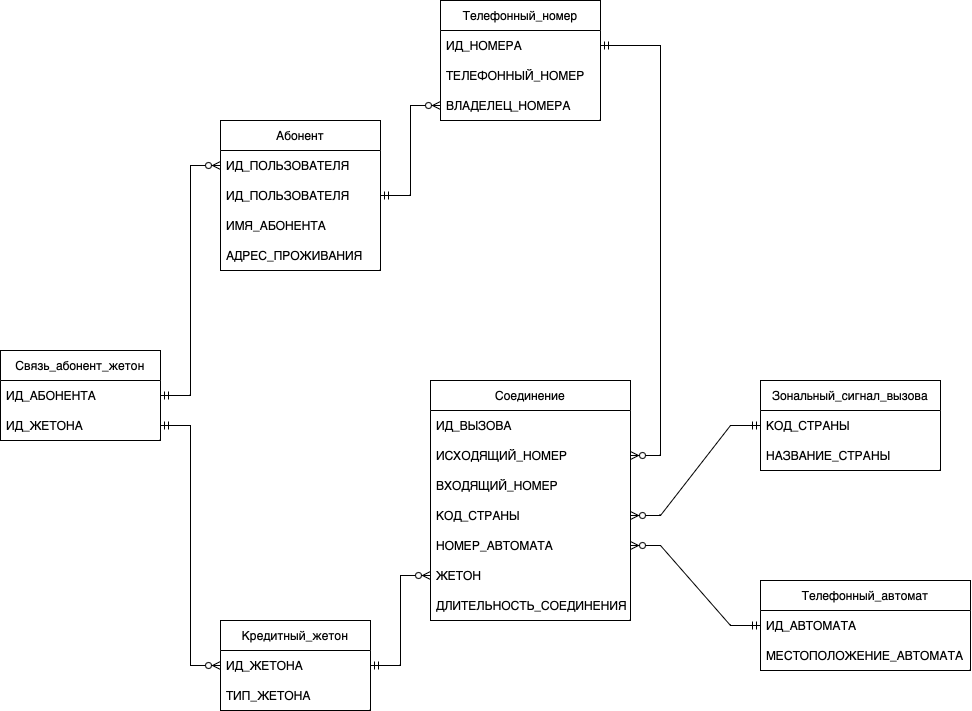
Earlier version of the draw.io export lab1/diagrams/er_diagram.drawio.png (razgonyaevm/lab_bd). Source tidied: cells renumbered, new cells last; positions are measured from the earlier drawing's top-left corner, leaving out a move shared by most shapes. Its diagram source:
```xml
<mxGraphModel>
  <root>
    <mxCell id="0" />
    <mxCell id="1" parent="0" />
    <mxCell id="2" value="Абонент" style="swimlane;fontStyle=0;horizontal=1;startSize=30;whiteSpace=wrap;html=1;" parent="1" vertex="1">
      <mxGeometry x="260" y="120" width="160" height="150" as="geometry" />
    </mxCell>
    <mxCell id="3" value="ИД_ПОЛЬЗОВАТЕЛЯ" style="text;strokeColor=none;fillColor=none;align=left;verticalAlign=middle;spacingLeft=4;spacingRight=4;overflow=hidden;points=[[0,0.5],[1,0.5]];portConstraint=eastwest;whiteSpace=wrap;html=1;" parent="2" vertex="1">
      <mxGeometry y="30" width="160" height="30" as="geometry" />
    </mxCell>
    <mxCell id="4" value="ИД_ПОЛЬЗОВАТЕЛЯ" style="text;strokeColor=none;fillColor=none;align=left;verticalAlign=middle;spacingLeft=4;spacingRight=4;overflow=hidden;points=[[0,0.5],[1,0.5]];portConstraint=eastwest;whiteSpace=wrap;html=1;" parent="2" vertex="1">
      <mxGeometry y="60" width="160" height="30" as="geometry" />
    </mxCell>
    <mxCell id="5" value="ИМЯ_АБОНЕНТА" style="text;strokeColor=none;fillColor=none;align=left;verticalAlign=middle;spacingLeft=4;spacingRight=4;overflow=hidden;whiteSpace=wrap;html=1;" parent="2" vertex="1">
      <mxGeometry y="90" width="160" height="30" as="geometry" />
    </mxCell>
    <mxCell id="6" value="АДРЕС_ПРОЖИВАНИЯ" style="text;strokeColor=none;fillColor=none;align=left;verticalAlign=middle;spacingLeft=4;spacingRight=4;overflow=hidden;whiteSpace=wrap;html=1;" parent="2" vertex="1">
      <mxGeometry y="120" width="160" height="30" as="geometry" />
    </mxCell>
    <mxCell id="7" value="Телефонный_номер" style="swimlane;fontStyle=0;horizontal=1;startSize=30;whiteSpace=wrap;html=1;" parent="1" vertex="1">
      <mxGeometry x="480" width="160" height="120" as="geometry" />
    </mxCell>
    <mxCell id="8" value="ИД_НОМЕРА" style="text;strokeColor=none;fillColor=none;align=left;verticalAlign=middle;spacingLeft=4;spacingRight=4;overflow=hidden;points=[[0,0.5],[1,0.5]];portConstraint=eastwest;whiteSpace=wrap;html=1;" parent="7" vertex="1">
      <mxGeometry y="30" width="160" height="30" as="geometry" />
    </mxCell>
    <mxCell id="9" value="ТЕЛЕФОННЫЙ_НОМЕР" style="text;strokeColor=none;fillColor=none;align=left;verticalAlign=middle;spacingLeft=4;spacingRight=4;overflow=hidden;whiteSpace=wrap;html=1;" parent="7" vertex="1">
      <mxGeometry y="60" width="160" height="30" as="geometry" />
    </mxCell>
    <mxCell id="10" value="ВЛАДЕЛЕЦ_НОМЕРА" style="text;strokeColor=none;fillColor=none;align=left;verticalAlign=middle;spacingLeft=4;spacingRight=4;overflow=hidden;points=[[0,0.5],[1,0.5]];portConstraint=eastwest;whiteSpace=wrap;html=1;" parent="7" vertex="1">
      <mxGeometry y="90" width="160" height="30" as="geometry" />
    </mxCell>
    <mxCell id="11" value="Зональный_сигнал_вызова" style="swimlane;fontStyle=0;horizontal=1;startSize=30;whiteSpace=wrap;html=1;" parent="1" vertex="1">
      <mxGeometry x="800" y="380" width="180" height="90" as="geometry" />
    </mxCell>
    <mxCell id="12" value="КОД_СТРАНЫ" style="text;strokeColor=none;fillColor=none;align=left;verticalAlign=middle;spacingLeft=4;spacingRight=4;overflow=hidden;points=[[0,0.5],[1,0.5]];portConstraint=eastwest;whiteSpace=wrap;html=1;" parent="11" vertex="1">
      <mxGeometry y="30" width="180" height="30" as="geometry" />
    </mxCell>
    <mxCell id="13" value="НАЗВАНИЕ_СТРАНЫ" style="text;strokeColor=none;fillColor=none;align=left;verticalAlign=middle;spacingLeft=4;spacingRight=4;overflow=hidden;whiteSpace=wrap;html=1;" parent="11" vertex="1">
      <mxGeometry y="60" width="180" height="30" as="geometry" />
    </mxCell>
    <mxCell id="14" value="Телефонный_автомат" style="swimlane;fontStyle=0;horizontal=1;startSize=30;whiteSpace=wrap;html=1;" parent="1" vertex="1">
      <mxGeometry x="800" y="580" width="210" height="90" as="geometry" />
    </mxCell>
    <mxCell id="15" value="ИД_АВТОМАТА" style="text;strokeColor=none;fillColor=none;align=left;verticalAlign=middle;spacingLeft=4;spacingRight=4;overflow=hidden;points=[[0,0.5],[1,0.5]];portConstraint=eastwest;whiteSpace=wrap;html=1;" parent="14" vertex="1">
      <mxGeometry y="30" width="210" height="30" as="geometry" />
    </mxCell>
    <mxCell id="16" value="МЕСТОПОЛОЖЕНИЕ_АВТОМАТА" style="text;strokeColor=none;fillColor=none;align=left;verticalAlign=middle;spacingLeft=4;spacingRight=4;overflow=hidden;whiteSpace=wrap;html=1;" parent="14" vertex="1">
      <mxGeometry y="60" width="210" height="30" as="geometry" />
    </mxCell>
    <mxCell id="17" value="Кредитный_жетон" style="swimlane;fontStyle=0;horizontal=1;startSize=30;whiteSpace=wrap;html=1;" parent="1" vertex="1">
      <mxGeometry x="260" y="620" width="150" height="90" as="geometry" />
    </mxCell>
    <mxCell id="18" value="ИД_ЖЕТОНА" style="text;strokeColor=none;fillColor=none;align=left;verticalAlign=middle;spacingLeft=4;spacingRight=4;overflow=hidden;points=[[0,0.5],[1,0.5]];portConstraint=eastwest;whiteSpace=wrap;html=1;" parent="17" vertex="1">
      <mxGeometry y="30" width="150" height="30" as="geometry" />
    </mxCell>
    <mxCell id="19" value="ТИП_ЖЕТОНА" style="text;strokeColor=none;fillColor=none;align=left;verticalAlign=middle;spacingLeft=4;spacingRight=4;overflow=hidden;whiteSpace=wrap;html=1;" parent="17" vertex="1">
      <mxGeometry y="60" width="150" height="30" as="geometry" />
    </mxCell>
    <mxCell id="20" value="Соединение" style="swimlane;fontStyle=0;horizontal=1;startSize=30;whiteSpace=wrap;html=1;" parent="1" vertex="1">
      <mxGeometry x="470" y="380" width="200" height="240" as="geometry" />
    </mxCell>
    <mxCell id="21" value="ИД_ВЫЗОВА" style="text;strokeColor=none;fillColor=none;align=left;verticalAlign=middle;spacingLeft=4;spacingRight=4;overflow=hidden;whiteSpace=wrap;html=1;" parent="20" vertex="1">
      <mxGeometry y="30" width="200" height="30" as="geometry" />
    </mxCell>
    <mxCell id="22" value="ИСХОДЯЩИЙ_НОМЕР" style="text;strokeColor=none;fillColor=none;align=left;verticalAlign=middle;spacingLeft=4;spacingRight=4;overflow=hidden;points=[[0,0.5],[1,0.5]];portConstraint=eastwest;whiteSpace=wrap;html=1;" parent="20" vertex="1">
      <mxGeometry y="60" width="200" height="30" as="geometry" />
    </mxCell>
    <mxCell id="23" value="ВХОДЯЩИЙ_НОМЕР" style="text;strokeColor=none;fillColor=none;align=left;verticalAlign=middle;spacingLeft=4;spacingRight=4;overflow=hidden;whiteSpace=wrap;html=1;" parent="20" vertex="1">
      <mxGeometry y="90" width="200" height="30" as="geometry" />
    </mxCell>
    <mxCell id="24" value="КОД_СТРАНЫ" style="text;strokeColor=none;fillColor=none;align=left;verticalAlign=middle;spacingLeft=4;spacingRight=4;overflow=hidden;points=[[0,0.5],[1,0.5]];portConstraint=eastwest;whiteSpace=wrap;html=1;" parent="20" vertex="1">
      <mxGeometry y="120" width="200" height="30" as="geometry" />
    </mxCell>
    <mxCell id="25" value="НОМЕР_АВТОМАТА" style="text;strokeColor=none;fillColor=none;align=left;verticalAlign=middle;spacingLeft=4;spacingRight=4;overflow=hidden;points=[[0,0.5],[1,0.5]];portConstraint=eastwest;whiteSpace=wrap;html=1;" parent="20" vertex="1">
      <mxGeometry y="150" width="200" height="30" as="geometry" />
    </mxCell>
    <mxCell id="26" value="ЖЕТОН" style="text;strokeColor=none;fillColor=none;align=left;verticalAlign=middle;spacingLeft=4;spacingRight=4;overflow=hidden;points=[[0,0.5],[1,0.5]];portConstraint=eastwest;whiteSpace=wrap;html=1;" parent="20" vertex="1">
      <mxGeometry y="180" width="200" height="30" as="geometry" />
    </mxCell>
    <mxCell id="27" value="ДЛИТЕЛЬНОСТЬ_СОЕДИНЕНИЯ" style="text;strokeColor=none;fillColor=none;align=left;verticalAlign=middle;spacingLeft=4;spacingRight=4;overflow=hidden;whiteSpace=wrap;html=1;" parent="20" vertex="1">
      <mxGeometry y="210" width="200" height="30" as="geometry" />
    </mxCell>
    <mxCell id="28" style="edgeStyle=entityRelationEdgeStyle;fontSize=12;html=1;endArrow=ERzeroToMany;startArrow=ERmandOne;rounded=0;exitX=0;exitY=0.5;exitDx=0;exitDy=0;entryX=1;entryY=0.5;entryDx=0;entryDy=0;" parent="1" edge="1" source="15" target="25">
      <mxGeometry relative="1" as="geometry" />
    </mxCell>
    <mxCell id="29" style="edgeStyle=entityRelationEdgeStyle;fontSize=12;html=1;endArrow=ERzeroToMany;startArrow=ERmandOne;rounded=0;exitX=1;exitY=0.5;exitDx=0;exitDy=0;entryX=0;entryY=0.5;entryDx=0;entryDy=0;" parent="1" edge="1" source="4" target="10">
      <mxGeometry relative="1" as="geometry" />
    </mxCell>
    <mxCell id="30" style="edgeStyle=entityRelationEdgeStyle;fontSize=12;html=1;endArrow=ERzeroToMany;startArrow=ERmandOne;rounded=0;exitX=1;exitY=0.5;exitDx=0;exitDy=0;" parent="1" edge="1" source="8" target="22">
      <mxGeometry relative="1" as="geometry" />
    </mxCell>
    <mxCell id="31" style="edgeStyle=entityRelationEdgeStyle;fontSize=12;html=1;endArrow=ERzeroToMany;startArrow=ERmandOne;rounded=0;exitX=0;exitY=0.5;exitDx=0;exitDy=0;" parent="1" edge="1" source="12" target="24">
      <mxGeometry relative="1" as="geometry" />
    </mxCell>
    <mxCell id="32" value="Связь_абонент_жетон" style="swimlane;fontStyle=0;horizontal=1;startSize=30;whiteSpace=wrap;html=1;" parent="1" vertex="1">
      <mxGeometry x="40" y="350" width="160" height="90" as="geometry" />
    </mxCell>
    <mxCell id="33" value="ИД_АБОНЕНТА" style="text;strokeColor=none;fillColor=none;align=left;verticalAlign=middle;spacingLeft=4;spacingRight=4;overflow=hidden;points=[[0,0.5],[1,0.5]];portConstraint=eastwest;whiteSpace=wrap;html=1;" parent="32" vertex="1">
      <mxGeometry y="30" width="160" height="30" as="geometry" />
    </mxCell>
    <mxCell id="34" value="ИД_ЖЕТОНА" style="text;strokeColor=none;fillColor=none;align=left;verticalAlign=middle;spacingLeft=4;spacingRight=4;overflow=hidden;points=[[0,0.5],[1,0.5]];portConstraint=eastwest;whiteSpace=wrap;html=1;" parent="32" vertex="1">
      <mxGeometry y="60" width="160" height="30" as="geometry" />
    </mxCell>
    <mxCell id="35" style="edgeStyle=entityRelationEdgeStyle;fontSize=12;html=1;endArrow=ERzeroToMany;startArrow=ERmandOne;rounded=0;exitX=1;exitY=0.5;exitDx=0;exitDy=0;entryX=0;entryY=0.5;entryDx=0;entryDy=0;" parent="1" edge="1" source="18" target="26">
      <mxGeometry relative="1" as="geometry" />
    </mxCell>
    <mxCell id="36" style="edgeStyle=entityRelationEdgeStyle;fontSize=12;html=1;endArrow=ERzeroToMany;startArrow=ERmandOne;rounded=0;exitX=1;exitY=0.5;exitDx=0;exitDy=0;entryX=0;entryY=0.5;entryDx=0;entryDy=0;" parent="1" edge="1" source="33" target="3">
      <mxGeometry relative="1" as="geometry">
        <Array as="points">
          <mxPoint x="60" y="240" />
          <mxPoint y="210" />
        </Array>
      </mxGeometry>
    </mxCell>
    <mxCell id="37" style="edgeStyle=entityRelationEdgeStyle;fontSize=12;html=1;endArrow=ERzeroToMany;startArrow=ERmandOne;rounded=0;exitX=1;exitY=0.5;exitDx=0;exitDy=0;entryX=0;entryY=0.5;entryDx=0;entryDy=0;" parent="1" edge="1" source="34" target="18">
      <mxGeometry relative="1" as="geometry" />
    </mxCell>
  </root>
</mxGraphModel>
```
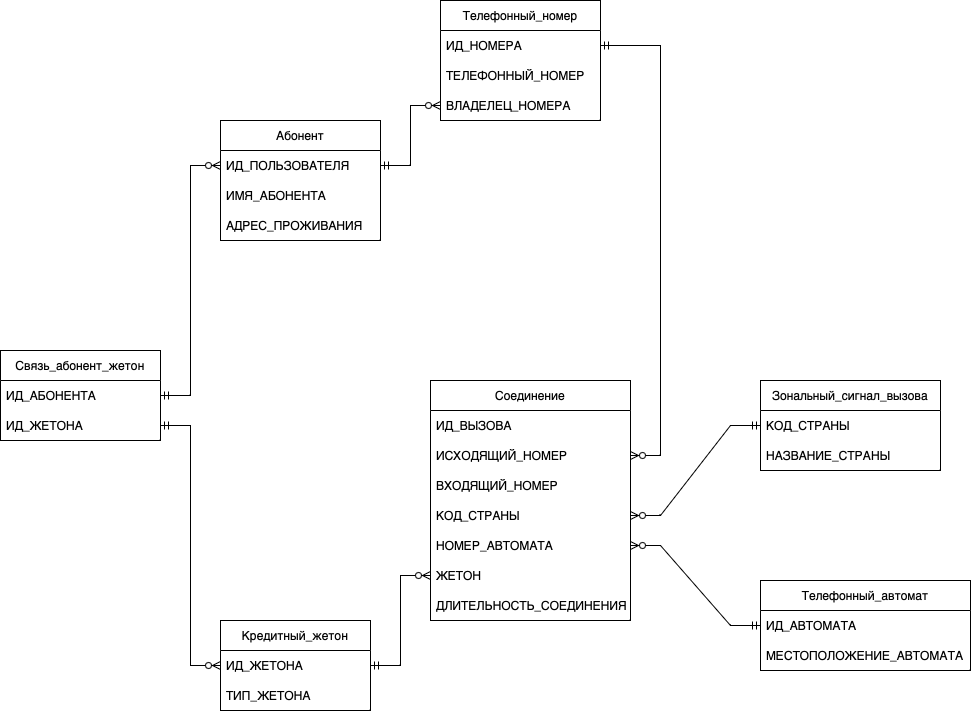
The same file after the commit.

What changed in the source:
```diff
@@ -3,19 +3,16 @@
     <mxCell id="0" />
     <mxCell id="1" parent="0" />
     <mxCell id="2" value="Абонент" style="swimlane;fontStyle=0;horizontal=1;startSize=30;whiteSpace=wrap;html=1;" parent="1" vertex="1">
-      <mxGeometry x="260" y="120" width="160" height="150" as="geometry" />
+      <mxGeometry x="260" y="120" width="160" height="120" as="geometry" />
     </mxCell>
     <mxCell id="3" value="ИД_ПОЛЬЗОВАТЕЛЯ" style="text;strokeColor=none;fillColor=none;align=left;verticalAlign=middle;spacingLeft=4;spacingRight=4;overflow=hidden;points=[[0,0.5],[1,0.5]];portConstraint=eastwest;whiteSpace=wrap;html=1;" parent="2" vertex="1">
       <mxGeometry y="30" width="160" height="30" as="geometry" />
     </mxCell>
-    <mxCell id="4" value="ИД_ПОЛЬЗОВАТЕЛЯ" style="text;strokeColor=none;fillColor=none;align=left;verticalAlign=middle;spacingLeft=4;spacingRight=4;overflow=hidden;points=[[0,0.5],[1,0.5]];portConstraint=eastwest;whiteSpace=wrap;html=1;" parent="2" vertex="1">
-      <mxGeometry y="60" width="160" height="30" as="geometry" />
-    </mxCell>
     <mxCell id="5" value="ИМЯ_АБОНЕНТА" style="text;strokeColor=none;fillColor=none;align=left;verticalAlign=middle;spacingLeft=4;spacingRight=4;overflow=hidden;whiteSpace=wrap;html=1;" parent="2" vertex="1">
-      <mxGeometry y="90" width="160" height="30" as="geometry" />
+      <mxGeometry y="60" width="160" height="30" as="geometry" />
     </mxCell>
     <mxCell id="6" value="АДРЕС_ПРОЖИВАНИЯ" style="text;strokeColor=none;fillColor=none;align=left;verticalAlign=middle;spacingLeft=4;spacingRight=4;overflow=hidden;whiteSpace=wrap;html=1;" parent="2" vertex="1">
-      <mxGeometry y="120" width="160" height="30" as="geometry" />
+      <mxGeometry y="90" width="160" height="30" as="geometry" />
     </mxCell>
     <mxCell id="7" value="Телефонный_номер" style="swimlane;fontStyle=0;horizontal=1;startSize=30;whiteSpace=wrap;html=1;" parent="1" vertex="1">
       <mxGeometry x="480" width="160" height="120" as="geometry" />
@@ -83,9 +80,9 @@
     <mxCell id="28" style="edgeStyle=entityRelationEdgeStyle;fontSize=12;html=1;endArrow=ERzeroToMany;startArrow=ERmandOne;rounded=0;exitX=0;exitY=0.5;exitDx=0;exitDy=0;entryX=1;entryY=0.5;entryDx=0;entryDy=0;" parent="1" edge="1" source="15" target="25">
       <mxGeometry relative="1" as="geometry" />
     </mxCell>
-    <mxCell id="29" style="edgeStyle=entityRelationEdgeStyle;fontSize=12;html=1;endArrow=ERzeroToMany;startArrow=ERmandOne;rounded=0;exitX=1;exitY=0.5;exitDx=0;exitDy=0;entryX=0;entryY=0.5;entryDx=0;entryDy=0;" parent="1" edge="1" source="4" target="10">
-      <mxGeometry relative="1" as="geometry" />
-    </mxCell>
+    <mxCell id="38" style="edgeStyle=entityRelationEdgeStyle;fontSize=12;html=1;endArrow=ERzeroToMany;startArrow=ERmandOne;rounded=0;exitX=1;exitY=0.5;exitDx=0;exitDy=0;entryX=0;entryY=0.5;entryDx=0;entryDy=0;" parent="1" edge="1" source="3" target="10">
+      <mxGeometry relative="1" as="geometry" />
+    </mxCell>
     <mxCell id="30" style="edgeStyle=entityRelationEdgeStyle;fontSize=12;html=1;endArrow=ERzeroToMany;startArrow=ERmandOne;rounded=0;exitX=1;exitY=0.5;exitDx=0;exitDy=0;" parent="1" edge="1" source="8" target="22">
       <mxGeometry relative="1" as="geometry" />
     </mxCell>
```
